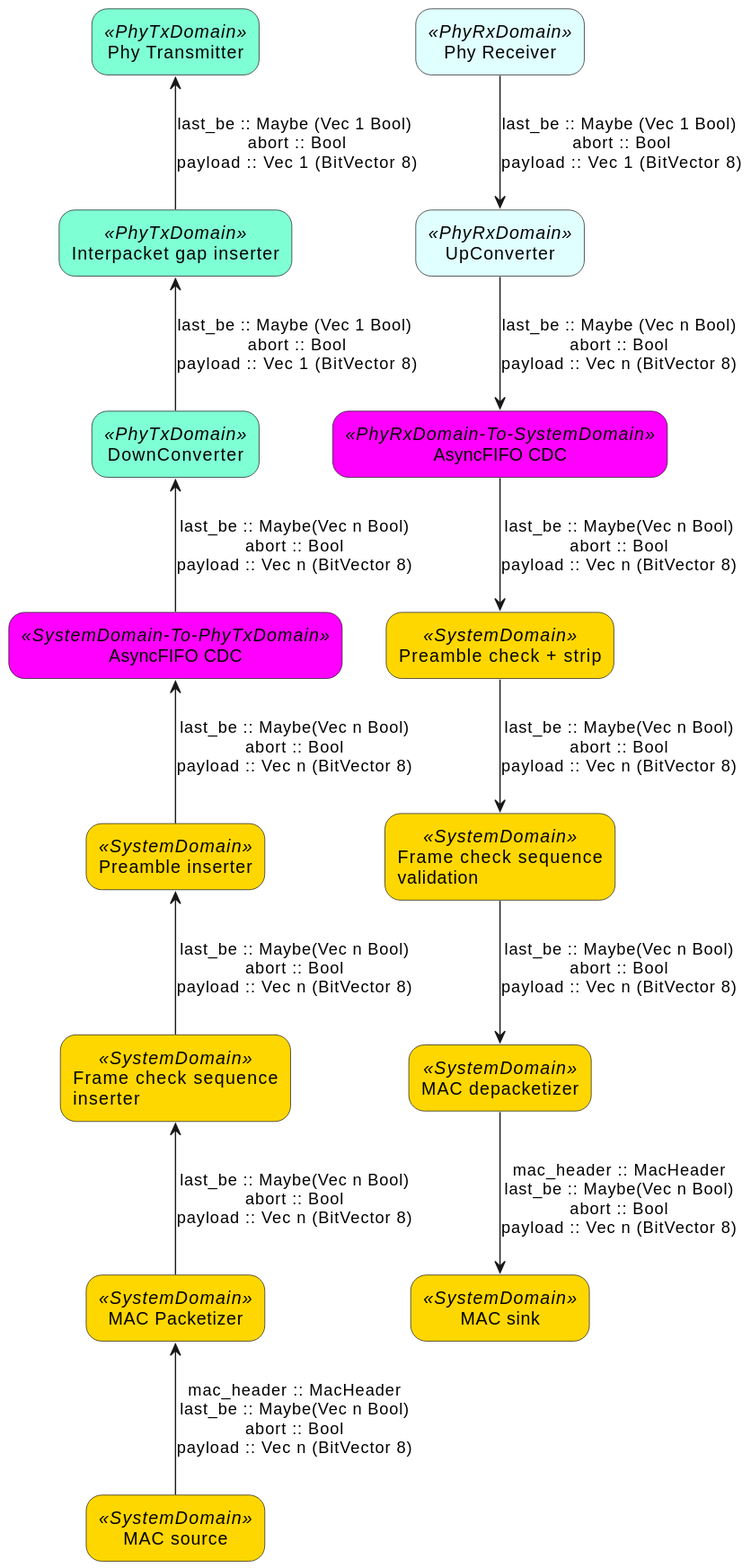
Above: diagram/layer1+2-arch.svg in GiPHouse/qbaylogic-clash-based-macipudp-stack-spring24 (PlantUML), before the change. Its diagram source:
```plantuml
@startuml

skinparam rectangle<<PhyTxDomain>> {
	roundCorner 25
	backgroundColor Aquamarine
}

skinparam rectangle<<PhyRxDomain>> {
	roundCorner 25
	backgroundColor LightCyan
}

skinparam rectangle<<PhyRxDomain-To-SystemDomain>> {
	roundCorner 25
	backgroundColor Fuchsia
}

skinparam rectangle<<SystemDomain-To-PhyTxDomain>> {
	roundCorner 25
	backgroundColor Fuchsia
}

skinparam rectangle<<SystemDomain>> {
	roundCorner 25
	backgroundColor Gold
}


rectangle "Phy Receiver" as PhyRx <<PhyRxDomain>>
rectangle "UpConverter" as UpConv <<PhyRxDomain>>
rectangle "AsyncFIFO CDC" as CDCRx <<PhyRxDomain-To-SystemDomain>>
rectangle "Preamble check + strip" as PreRx <<SystemDomain>>
rectangle "Frame check sequence\nvalidation" as FCSRx <<SystemDomain>>
rectangle "MAC depacketizer" as PacketRx <<SystemDomain>>
rectangle "MAC sink" as Sink <<SystemDomain>>

PhyRx -down-> UpConv : last_be :: Maybe (Vec 1 Bool) \nabort :: Bool\npayload ::  Vec 1 (BitVector 8)
UpConv -down-> CDCRx : last_be :: Maybe (Vec n Bool)\nabort :: Bool\npayload :: Vec n (BitVector 8)
CDCRx -down-> PreRx : last_be :: Maybe(Vec n Bool)\nabort :: Bool\npayload :: Vec n (BitVector 8)
PreRx -down-> FCSRx : last_be :: Maybe(Vec n Bool)\nabort :: Bool\npayload :: Vec n (BitVector 8)
FCSRx -down-> PacketRx : last_be :: Maybe(Vec n Bool)\nabort :: Bool\npayload :: Vec n (BitVector 8)
PacketRx -down-> Sink : mac_header :: MacHeader\nlast_be :: Maybe(Vec n Bool)\nabort :: Bool\npayload :: Vec n (BitVector 8)

rectangle "MAC source" as Source <<SystemDomain>>
rectangle "MAC Packetizer" as PacketTx <<SystemDomain>>
rectangle "Frame check sequence\ninserter" as FCSTx <<SystemDomain>>
rectangle "Preamble inserter" as PreTx <<SystemDomain>>
rectangle "AsyncFIFO CDC" as CDCTx <<SystemDomain-To-PhyTxDomain>>
rectangle "DownConverter" as DownConv <<PhyTxDomain>>
rectangle "Interpacket gap inserter" as IPG <<PhyTxDomain>>
rectangle "Phy Transmitter" as PhyTx <<PhyTxDomain>>

Source -up-> PacketTx : mac_header :: MacHeader\nlast_be :: Maybe(Vec n Bool)\nabort :: Bool\npayload :: Vec n (BitVector 8)
PacketTx -up-> FCSTx : last_be :: Maybe(Vec n Bool)\nabort :: Bool\npayload :: Vec n (BitVector 8)
FCSTx -up-> PreTx : last_be :: Maybe(Vec n Bool)\nabort :: Bool\npayload :: Vec n (BitVector 8)
PreTx -up-> CDCTx : last_be :: Maybe(Vec n Bool)\nabort :: Bool\npayload :: Vec n (BitVector 8)
CDCTx -up-> DownConv : last_be :: Maybe(Vec n Bool)\nabort :: Bool\npayload :: Vec n (BitVector 8)
DownConv -up-> IPG : last_be :: Maybe (Vec 1 Bool) \nabort :: Bool\npayload ::  Vec 1 (BitVector 8)
IPG -up-> PhyTx : last_be :: Maybe (Vec 1 Bool) \nabort :: Bool\npayload ::  Vec 1 (BitVector 8)

@enduml
```
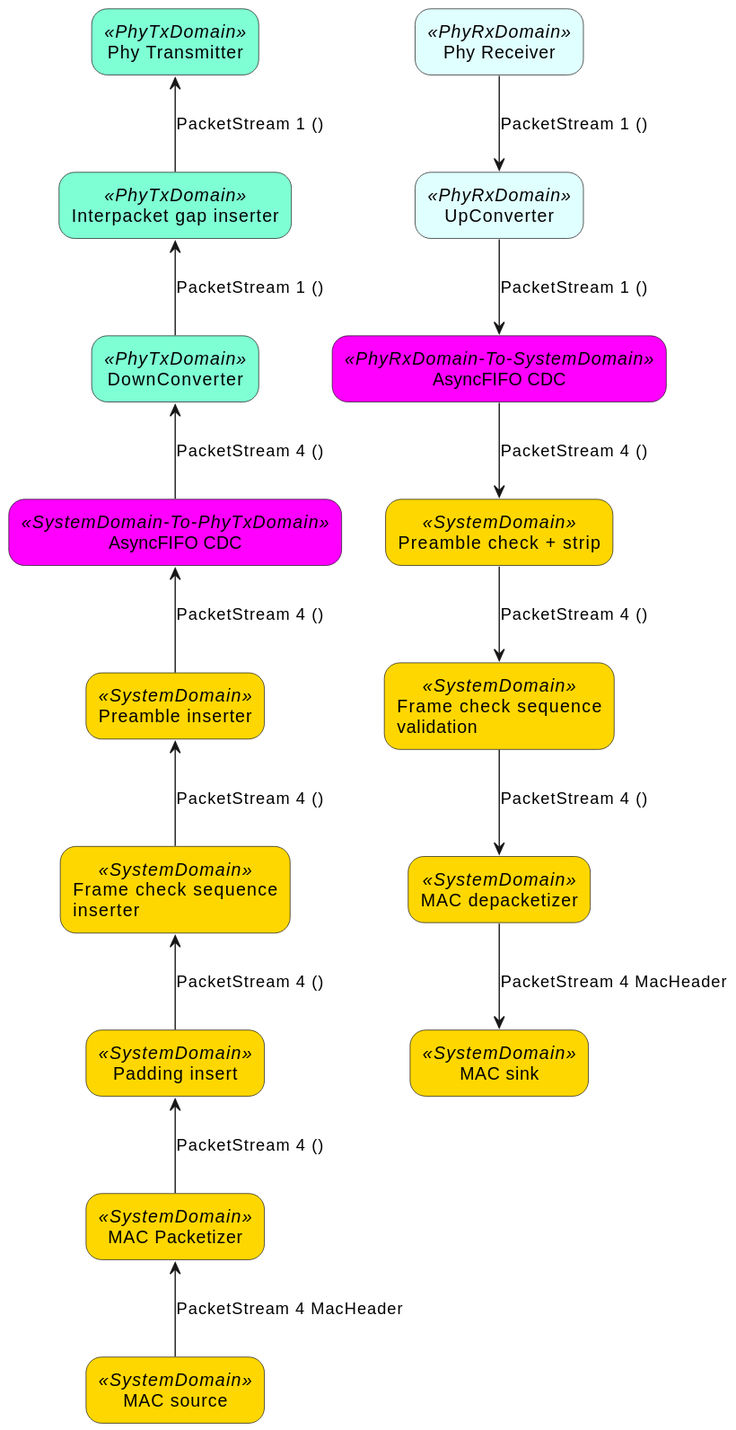
The same diagram one commit later.

Diff of the diagram source:
```diff
@@ -34,14 +34,15 @@
 rectangle "MAC depacketizer" as PacketRx <<SystemDomain>>
 rectangle "MAC sink" as Sink <<SystemDomain>>
 
-PhyRx -down-> UpConv : last_be :: Maybe (Vec 1 Bool) \nabort :: Bool\npayload ::  Vec 1 (BitVector 8)
-UpConv -down-> CDCRx : last_be :: Maybe (Vec n Bool)\nabort :: Bool\npayload :: Vec n (BitVector 8)
-CDCRx -down-> PreRx : last_be :: Maybe(Vec n Bool)\nabort :: Bool\npayload :: Vec n (BitVector 8)
-PreRx -down-> FCSRx : last_be :: Maybe(Vec n Bool)\nabort :: Bool\npayload :: Vec n (BitVector 8)
-FCSRx -down-> PacketRx : last_be :: Maybe(Vec n Bool)\nabort :: Bool\npayload :: Vec n (BitVector 8)
-PacketRx -down-> Sink : mac_header :: MacHeader\nlast_be :: Maybe(Vec n Bool)\nabort :: Bool\npayload :: Vec n (BitVector 8)
+PhyRx -down-> UpConv : PacketStream 1 ()
+UpConv -down-> CDCRx : PacketStream 1 ()
+CDCRx -down-> PreRx : PacketStream 4 ()
+PreRx -down-> FCSRx : PacketStream 4 ()
+FCSRx -down-> PacketRx : PacketStream 4 ()
+PacketRx -down-> Sink : PacketStream 4 MacHeader
 
 rectangle "MAC source" as Source <<SystemDomain>>
+rectangle "Padding insert" as PaddingTx <<SystemDomain>>
 rectangle "MAC Packetizer" as PacketTx <<SystemDomain>>
 rectangle "Frame check sequence\ninserter" as FCSTx <<SystemDomain>>
 rectangle "Preamble inserter" as PreTx <<SystemDomain>>
@@ -50,12 +51,13 @@
 rectangle "Interpacket gap inserter" as IPG <<PhyTxDomain>>
 rectangle "Phy Transmitter" as PhyTx <<PhyTxDomain>>
 
-Source -up-> PacketTx : mac_header :: MacHeader\nlast_be :: Maybe(Vec n Bool)\nabort :: Bool\npayload :: Vec n (BitVector 8)
-PacketTx -up-> FCSTx : last_be :: Maybe(Vec n Bool)\nabort :: Bool\npayload :: Vec n (BitVector 8)
-FCSTx -up-> PreTx : last_be :: Maybe(Vec n Bool)\nabort :: Bool\npayload :: Vec n (BitVector 8)
-PreTx -up-> CDCTx : last_be :: Maybe(Vec n Bool)\nabort :: Bool\npayload :: Vec n (BitVector 8)
-CDCTx -up-> DownConv : last_be :: Maybe(Vec n Bool)\nabort :: Bool\npayload :: Vec n (BitVector 8)
-DownConv -up-> IPG : last_be :: Maybe (Vec 1 Bool) \nabort :: Bool\npayload ::  Vec 1 (BitVector 8)
-IPG -up-> PhyTx : last_be :: Maybe (Vec 1 Bool) \nabort :: Bool\npayload ::  Vec 1 (BitVector 8)
+Source -up-> PacketTx : PacketStream 4 MacHeader
+PacketTx -up-> PaddingTx : PacketStream 4 ()
+PaddingTx -up-> FCSTx : PacketStream 4 ()
+FCSTx -up-> PreTx : PacketStream 4 ()
+PreTx -up-> CDCTx : PacketStream 4 ()
+CDCTx -up-> DownConv : PacketStream 4 ()
+DownConv -up-> IPG : PacketStream 1 ()
+IPG -up-> PhyTx : PacketStream 1 ()
 
 @enduml
```
